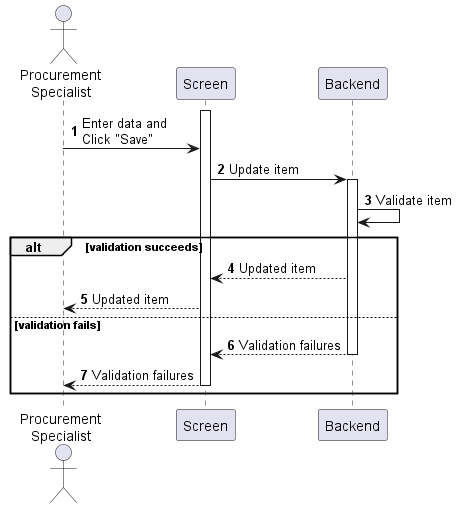
Earlier version of the PlantUML export sequences/purchase-order-update.png (phihungha/scmss-reqs).
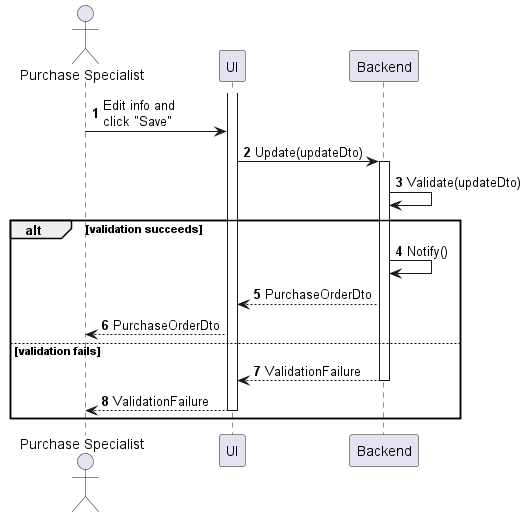
After the change.

The edit, as a diff of the source:
```diff
@@ -1,22 +1,23 @@
 @startuml purchase-order-update
 autonumber
 
-actor "Procurement\nSpecialist" as a
-participant Screen as f
+actor "Purchase Specialist" as a
+participant UI as f
 participant Backend as b
 
 activate f
-a -> f : Enter data and\nClick "Save"
-f -> b : Update item
+a -> f : Edit info and\nclick "Save"
+f -> b : Update(updateDto)
 activate b
-b -> b : Validate item
+b -> b : Validate(updateDto)
 
 alt validation succeeds
-    b --> f : Updated item
-    f --> a : Updated item
+    b -> b : Notify()
+    b --> f : PurchaseOrderDto
+    f --> a : PurchaseOrderDto
 else validation fails
-    return Validation failures
-    f --> a : Validation failures
+    return ValidationFailure
+    f --> a : ValidationFailure
     deactivate f
 end
 @enduml
```
